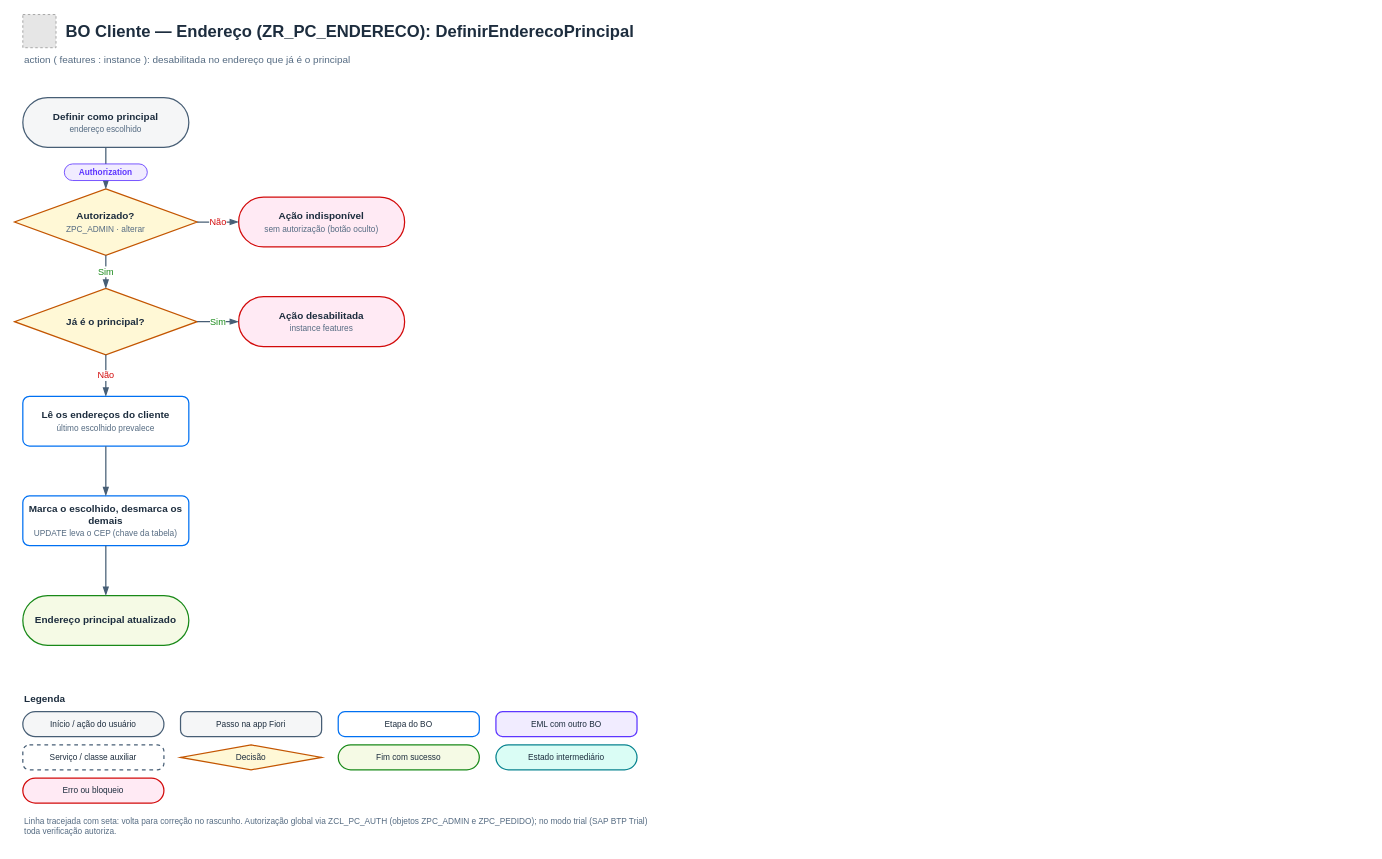
Above: page "5 · Endereço principal" (5 of 6) of docs/fluxos-bo-cliente.drawio in AdrianoBispo/sap-abap-rap-pedidos-de-compras-app (draw.io), before the change. Source tidied: cells renumbered, new cells numbered last; positions are measured from the earlier drawing's top-left corner, leaving out a move shared by most shapes. Both pictures are drawn from the tidied source at 83%, with x=0, y=0 at pixel (14, 14). Pictures stored in the file or linked from it are replaced by grey dashed boxes.
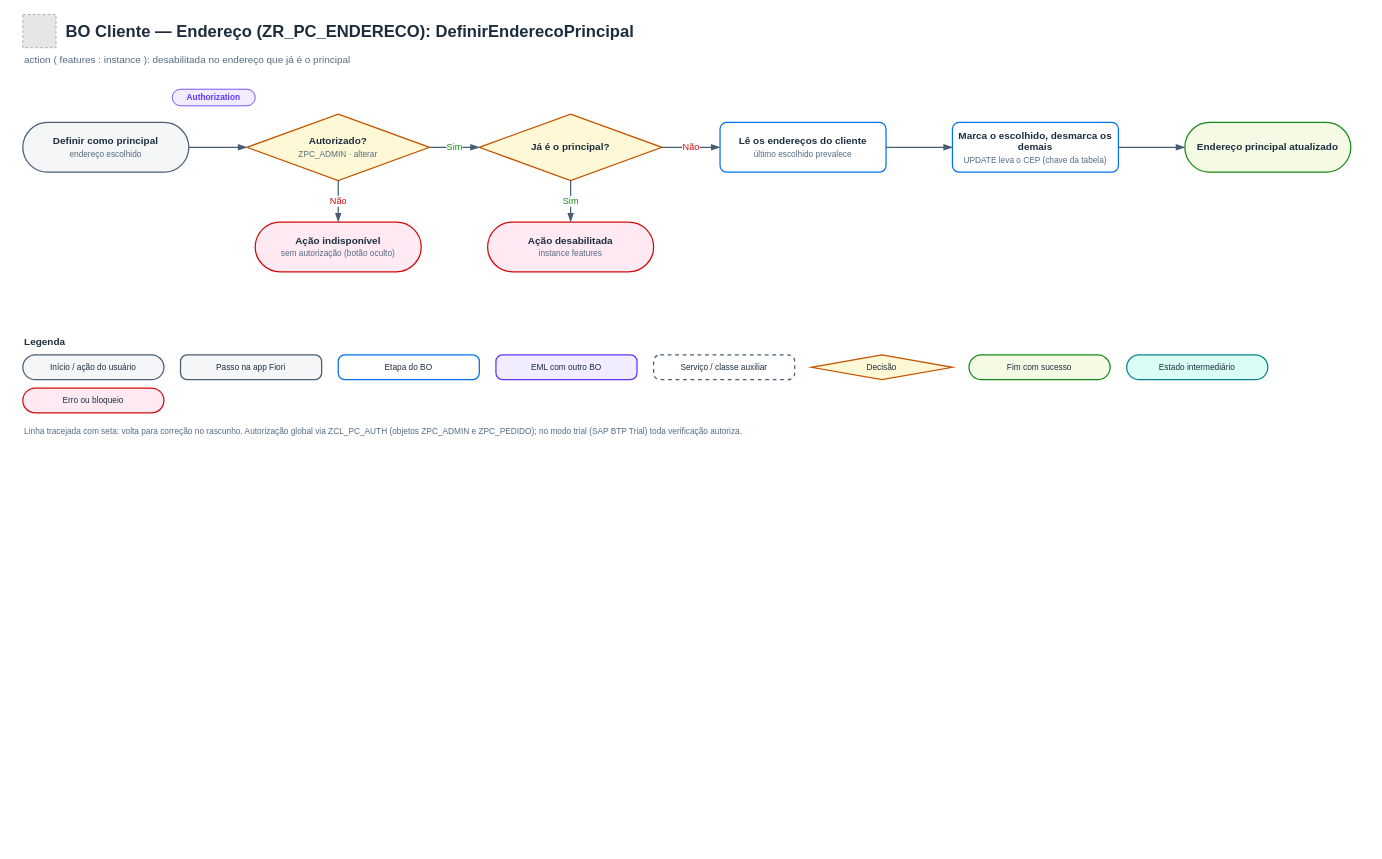
The same page after the edit.

What changed in the source:
```diff
@@
     <mxCell id="3" value="BO Cliente — Endereço (ZR_PC_ENDERECO): DefinirEnderecoPrincipal" style="text;html=1;whiteSpace=wrap;align=left;verticalAlign=middle;fontFamily=Helvetica;fontSize=20;fontStyle=1;fontColor=#1D2D3E;" parent="1" vertex="1">
-      <mxGeometry x="60" width="710" height="40" as="geometry" />
+      <mxGeometry x="60" width="1570" height="40" as="geometry" />
     </mxCell>
     <mxCell id="4" value="action ( features : instance ): desabilitada no endereço que já é o principal" style="text;html=1;whiteSpace=wrap;align=left;verticalAlign=middle;fontFamily=Helvetica;fontSize=12;fontColor=#556B82;" parent="1" vertex="1">
-      <mxGeometry x="10" y="40" width="760" height="30" as="geometry" />
+      <mxGeometry x="10" y="40" width="1620" height="30" as="geometry" />
     </mxCell>
     <mxCell id="5" value="&lt;b&gt;Definir como principal&lt;/b&gt;&lt;br&gt;&lt;font style=&quot;font-size:10px&quot; color=&quot;#556B82&quot;&gt;endereço escolhido&lt;/font&gt;" style="rounded=1;arcSize=60;absoluteArcSize=1;strokeColor=#475E75;fillColor=#F5F6F7;whiteSpace=wrap;html=1;fontFamily=Helvetica;fontSize=12;fontColor=#1D2D3E;strokeWidth=1.5;" parent="1" vertex="1">
-      <mxGeometry x="10" y="100" width="200" height="60" as="geometry" />
+      <mxGeometry x="10" y="130" width="200" height="60" as="geometry" />
     </mxCell>
     <mxCell id="6" value="&lt;b&gt;Autorizado?&lt;/b&gt;&lt;br&gt;&lt;font style=&quot;font-size:10px&quot; color=&quot;#556B82&quot;&gt;ZPC_ADMIN · alterar&lt;/font&gt;" style="rhombus;strokeColor=#C35500;fillColor=#FFF8D6;whiteSpace=wrap;html=1;fontFamily=Helvetica;fontSize=12;fontColor=#1D2D3E;strokeWidth=1.5;" parent="1" vertex="1">
-      <mxGeometry y="210" width="220" height="80" as="geometry" />
+      <mxGeometry x="280" y="120" width="220" height="80" as="geometry" />
     </mxCell>
     <mxCell id="7" value="&lt;b&gt;Ação indisponível&lt;/b&gt;&lt;br&gt;&lt;font style=&quot;font-size:10px&quot; color=&quot;#556B82&quot;&gt;sem autorização (botão oculto)&lt;/font&gt;" style="rounded=1;arcSize=60;absoluteArcSize=1;strokeColor=#D20A0A;fillColor=#FFEAF4;whiteSpace=wrap;html=1;fontFamily=Helvetica;fontSize=12;fontColor=#1D2D3E;strokeWidth=1.5;" parent="1" vertex="1">
-      <mxGeometry x="270" y="220" width="200" height="60" as="geometry" />
+      <mxGeometry x="290" y="250" width="200" height="60" as="geometry" />
     </mxCell>
     <mxCell id="8" value="&lt;b&gt;Já é o principal?&lt;/b&gt;" style="rhombus;strokeColor=#C35500;fillColor=#FFF8D6;whiteSpace=wrap;html=1;fontFamily=Helvetica;fontSize=12;fontColor=#1D2D3E;strokeWidth=1.5;" parent="1" vertex="1">
-      <mxGeometry y="330" width="220" height="80" as="geometry" />
+      <mxGeometry x="560" y="120" width="220" height="80" as="geometry" />
     </mxCell>
     <mxCell id="9" value="&lt;b&gt;Ação desabilitada&lt;/b&gt;&lt;br&gt;&lt;font style=&quot;font-size:10px&quot; color=&quot;#556B82&quot;&gt;instance features&lt;/font&gt;" style="rounded=1;arcSize=60;absoluteArcSize=1;strokeColor=#D20A0A;fillColor=#FFEAF4;whiteSpace=wrap;html=1;fontFamily=Helvetica;fontSize=12;fontColor=#1D2D3E;strokeWidth=1.5;" parent="1" vertex="1">
-      <mxGeometry x="270" y="340" width="200" height="60" as="geometry" />
+      <mxGeometry x="570" y="250" width="200" height="60" as="geometry" />
     </mxCell>
     <mxCell id="10" value="&lt;b&gt;Lê os endereços do cliente&lt;/b&gt;&lt;br&gt;&lt;font style=&quot;font-size:10px&quot; color=&quot;#556B82&quot;&gt;último escolhido prevalece&lt;/font&gt;" style="rounded=1;arcSize=16;absoluteArcSize=1;strokeColor=#0070F2;fillColor=#FFFFFF;whiteSpace=wrap;html=1;fontFamily=Helvetica;fontSize=12;fontColor=#1D2D3E;strokeWidth=1.5;" parent="1" vertex="1">
-      <mxGeometry x="10" y="460" width="200" height="60" as="geometry" />
+      <mxGeometry x="850" y="130" width="200" height="60" as="geometry" />
     </mxCell>
     <mxCell id="11" value="&lt;b&gt;Marca o escolhido, desmarca os demais&lt;/b&gt;&lt;br&gt;&lt;font style=&quot;font-size:10px&quot; color=&quot;#556B82&quot;&gt;UPDATE leva o CEP (chave da tabela)&lt;/font&gt;" style="rounded=1;arcSize=16;absoluteArcSize=1;strokeColor=#0070F2;fillColor=#FFFFFF;whiteSpace=wrap;html=1;fontFamily=Helvetica;fontSize=12;fontColor=#1D2D3E;strokeWidth=1.5;" parent="1" vertex="1">
-      <mxGeometry x="10" y="580" width="200" height="60" as="geometry" />
+      <mxGeometry x="1130" y="130" width="200" height="60" as="geometry" />
     </mxCell>
     <mxCell id="12" value="&lt;b&gt;Endereço principal atualizado&lt;/b&gt;" style="rounded=1;arcSize=60;absoluteArcSize=1;strokeColor=#188918;fillColor=#F5FAE5;whiteSpace=wrap;html=1;fontFamily=Helvetica;fontSize=12;fontColor=#1D2D3E;strokeWidth=1.5;" parent="1" vertex="1">
-      <mxGeometry x="10" y="700" width="200" height="60" as="geometry" />
+      <mxGeometry x="1410" y="130" width="200" height="60" as="geometry" />
     </mxCell>
-    <mxCell id="13" style="edgeStyle=orthogonalEdgeStyle;rounded=1;html=1;strokeColor=#475E75;strokeWidth=1.5;endArrow=blockThin;endFill=1;endSize=7;fontFamily=Helvetica;fontSize=11;fontColor=#1D2D3E;labelBackgroundColor=default;exitX=0.5;exitY=1;exitDx=0;exitDy=0;entryX=0.5;entryY=0;entryDx=0;entryDy=0;" parent="1" edge="1" source="5" target="6">
+    <mxCell id="13" style="edgeStyle=orthogonalEdgeStyle;rounded=1;html=1;strokeColor=#475E75;strokeWidth=1.5;endArrow=blockThin;endFill=1;endSize=7;fontFamily=Helvetica;fontSize=11;fontColor=#1D2D3E;labelBackgroundColor=default;exitX=1;exitY=0.5;exitDx=0;exitDy=0;entryX=0;entryY=0.5;entryDx=0;entryDy=0;" parent="1" edge="1" source="5" target="6">
       <mxGeometry relative="1" as="geometry" />
     </mxCell>
-    <mxCell id="14" value="Não" style="edgeStyle=orthogonalEdgeStyle;rounded=1;html=1;strokeColor=#475E75;strokeWidth=1.5;endArrow=blockThin;endFill=1;endSize=7;fontFamily=Helvetica;fontSize=11;fontColor=#D20A0A;labelBackgroundColor=default;exitX=1;exitY=0.5;exitDx=0;exitDy=0;entryX=0;entryY=0.5;entryDx=0;entryDy=0;" parent="1" edge="1" source="6" target="7">
+    <mxCell id="14" value="Não" style="edgeStyle=orthogonalEdgeStyle;rounded=1;html=1;strokeColor=#475E75;strokeWidth=1.5;endArrow=blockThin;endFill=1;endSize=7;fontFamily=Helvetica;fontSize=11;fontColor=#D20A0A;labelBackgroundColor=default;exitX=0.5;exitY=1;exitDx=0;exitDy=0;entryX=0.5;entryY=0;entryDx=0;entryDy=0;" parent="1" edge="1" source="6" target="7">
       <mxGeometry relative="1" as="geometry" />
     </mxCell>
-    <mxCell id="15" value="Sim" style="edgeStyle=orthogonalEdgeStyle;rounded=1;html=1;strokeColor=#475E75;strokeWidth=1.5;endArrow=blockThin;endFill=1;endSize=7;fontFamily=Helvetica;fontSize=11;fontColor=#188918;labelBackgroundColor=default;exitX=0.5;exitY=1;exitDx=0;exitDy=0;entryX=0.5;entryY=0;entryDx=0;entryDy=0;" parent="1" edge="1" source="6" target="8">
+    <mxCell id="15" value="Sim" style="edgeStyle=orthogonalEdgeStyle;rounded=1;html=1;strokeColor=#475E75;strokeWidth=1.5;endArrow=blockThin;endFill=1;endSize=7;fontFamily=Helvetica;fontSize=11;fontColor=#188918;labelBackgroundColor=default;exitX=1;exitY=0.5;exitDx=0;exitDy=0;entryX=0;entryY=0.5;entryDx=0;entryDy=0;" parent="1" edge="1" source="6" target="8">
       <mxGeometry relative="1" as="geometry" />
     </mxCell>
-    <mxCell id="16" value="Sim" style="edgeStyle=orthogonalEdgeStyle;rounded=1;html=1;strokeColor=#475E75;strokeWidth=1.5;endArrow=blockThin;endFill=1;endSize=7;fontFamily=Helvetica;fontSize=11;fontColor=#188918;labelBackgroundColor=default;exitX=1;exitY=0.5;exitDx=0;exitDy=0;entryX=0;entryY=0.5;entryDx=0;entryDy=0;" parent="1" edge="1" source="8" target="9">
+    <mxCell id="16" value="Sim" style="edgeStyle=orthogonalEdgeStyle;rounded=1;html=1;strokeColor=#475E75;strokeWidth=1.5;endArrow=blockThin;endFill=1;endSize=7;fontFamily=Helvetica;fontSize=11;fontColor=#188918;labelBackgroundColor=default;exitX=0.5;exitY=1;exitDx=0;exitDy=0;entryX=0.5;entryY=0;entryDx=0;entryDy=0;" parent="1" edge="1" source="8" target="9">
       <mxGeometry relative="1" as="geometry" />
     </mxCell>
-    <mxCell id="17" value="Não" style="edgeStyle=orthogonalEdgeStyle;rounded=1;html=1;strokeColor=#475E75;strokeWidth=1.5;endArrow=blockThin;endFill=1;endSize=7;fontFamily=Helvetica;fontSize=11;fontColor=#D20A0A;labelBackgroundColor=default;exitX=0.5;exitY=1;exitDx=0;exitDy=0;entryX=0.5;entryY=0;entryDx=0;entryDy=0;" parent="1" edge="1" source="8" target="10">
+    <mxCell id="17" value="Não" style="edgeStyle=orthogonalEdgeStyle;rounded=1;html=1;strokeColor=#475E75;strokeWidth=1.5;endArrow=blockThin;endFill=1;endSize=7;fontFamily=Helvetica;fontSize=11;fontColor=#D20A0A;labelBackgroundColor=default;exitX=1;exitY=0.5;exitDx=0;exitDy=0;entryX=0;entryY=0.5;entryDx=0;entryDy=0;" parent="1" edge="1" source="8" target="10">
       <mxGeometry relative="1" as="geometry" />
     </mxCell>
-    <mxCell id="18" style="edgeStyle=orthogonalEdgeStyle;rounded=1;html=1;strokeColor=#475E75;strokeWidth=1.5;endArrow=blockThin;endFill=1;endSize=7;fontFamily=Helvetica;fontSize=11;fontColor=#1D2D3E;labelBackgroundColor=default;exitX=0.5;exitY=1;exitDx=0;exitDy=0;entryX=0.5;entryY=0;entryDx=0;entryDy=0;" parent="1" edge="1" source="10" target="11">
+    <mxCell id="18" style="edgeStyle=orthogonalEdgeStyle;rounded=1;html=1;strokeColor=#475E75;strokeWidth=1.5;endArrow=blockThin;endFill=1;endSize=7;fontFamily=Helvetica;fontSize=11;fontColor=#1D2D3E;labelBackgroundColor=default;exitX=1;exitY=0.5;exitDx=0;exitDy=0;entryX=0;entryY=0.5;entryDx=0;entryDy=0;" parent="1" edge="1" source="10" target="11">
       <mxGeometry relative="1" as="geometry" />
     </mxCell>
-    <mxCell id="19" style="edgeStyle=orthogonalEdgeStyle;rounded=1;html=1;strokeColor=#475E75;strokeWidth=1.5;endArrow=blockThin;endFill=1;endSize=7;fontFamily=Helvetica;fontSize=11;fontColor=#1D2D3E;labelBackgroundColor=default;exitX=0.5;exitY=1;exitDx=0;exitDy=0;entryX=0.5;entryY=0;entryDx=0;entryDy=0;" parent="1" edge="1" source="11" target="12">
+    <mxCell id="19" style="edgeStyle=orthogonalEdgeStyle;rounded=1;html=1;strokeColor=#475E75;strokeWidth=1.5;endArrow=blockThin;endFill=1;endSize=7;fontFamily=Helvetica;fontSize=11;fontColor=#1D2D3E;labelBackgroundColor=default;exitX=1;exitY=0.5;exitDx=0;exitDy=0;entryX=0;entryY=0.5;entryDx=0;entryDy=0;" parent="1" edge="1" source="11" target="12">
       <mxGeometry relative="1" as="geometry" />
     </mxCell>
     <mxCell id="20" value="&lt;b&gt;Authorization&lt;/b&gt;" style="rounded=1;whiteSpace=wrap;html=1;arcSize=50;absoluteArcSize=1;strokeWidth=1;strokeColor=#5D36FF;fillColor=#F1ECFF;fontColor=#5D36FF;fontFamily=Helvetica;fontSize=10;align=center;verticalAlign=middle;" parent="1" vertex="1">
-      <mxGeometry x="60" y="180" width="100" height="20" as="geometry" />
+      <mxGeometry x="190" y="90" width="100" height="20" as="geometry" />
     </mxCell>
     <mxCell id="21" value="&lt;b&gt;Legenda&lt;/b&gt;" style="text;html=1;align=left;verticalAlign=middle;fontFamily=Helvetica;fontSize=12;fontColor=#1D2D3E;" parent="1" vertex="1">
-      <mxGeometry x="10" y="810" width="200" height="30" as="geometry" />
+      <mxGeometry x="10" y="380" width="200" height="30" as="geometry" />
     </mxCell>
     <mxCell id="22" value="Início / ação do usuário" style="rounded=1;arcSize=60;absoluteArcSize=1;strokeColor=#475E75;fillColor=#F5F6F7;whiteSpace=wrap;html=1;fontFamily=Helvetica;fontSize=10;fontColor=#1D2D3E;strokeWidth=1.5;" parent="1" vertex="1">
-      <mxGeometry x="10" y="840" width="170" height="30" as="geometry" />
+      <mxGeometry x="10" y="410" width="170" height="30" as="geometry" />
     </mxCell>
     <mxCell id="23" value="Passo na app Fiori" style="rounded=1;arcSize=16;absoluteArcSize=1;strokeColor=#475E75;fillColor=#F5F6F7;whiteSpace=wrap;html=1;fontFamily=Helvetica;fontSize=10;fontColor=#1D2D3E;strokeWidth=1.5;" parent="1" vertex="1">
-      <mxGeometry x="200" y="840" width="170" height="30" as="geometry" />
+      <mxGeometry x="200" y="410" width="170" height="30" as="geometry" />
     </mxCell>
     <mxCell id="24" value="Etapa do BO" style="rounded=1;arcSize=16;absoluteArcSize=1;strokeColor=#0070F2;fillColor=#FFFFFF;whiteSpace=wrap;html=1;fontFamily=Helvetica;fontSize=10;fontColor=#1D2D3E;strokeWidth=1.5;" parent="1" vertex="1">
-      <mxGeometry x="390" y="840" width="170" height="30" as="geometry" />
+      <mxGeometry x="390" y="410" width="170" height="30" as="geometry" />
     </mxCell>
     <mxCell id="25" value="EML com outro BO" style="rounded=1;arcSize=16;absoluteArcSize=1;strokeColor=#5D36FF;fillColor=#F1ECFF;whiteSpace=wrap;html=1;fontFamily=Helvetica;fontSize=10;fontColor=#1D2D3E;strokeWidth=1.5;" parent="1" vertex="1">
-      <mxGeometry x="580" y="840" width="170" height="30" as="geometry" />
+      <mxGeometry x="580" y="410" width="170" height="30" as="geometry" />
     </mxCell>
     <mxCell id="26" value="Serviço / classe auxiliar" style="rounded=1;arcSize=16;absoluteArcSize=1;strokeColor=#475E75;fillColor=#FFFFFF;dashed=1;whiteSpace=wrap;html=1;fontFamily=Helvetica;fontSize=10;fontColor=#1D2D3E;strokeWidth=1.5;" parent="1" vertex="1">
-      <mxGeometry x="10" y="880" width="170" height="30" as="geometry" />
+      <mxGeometry x="770" y="410" width="170" height="30" as="geometry" />
     </mxCell>
     <mxCell id="27" value="Decisão" style="rhombus;strokeColor=#C35500;fillColor=#FFF8D6;whiteSpace=wrap;html=1;fontFamily=Helvetica;fontSize=10;fontColor=#1D2D3E;strokeWidth=1.5;" parent="1" vertex="1">
-      <mxGeometry x="200" y="880" width="170" height="30" as="geometry" />
+      <mxGeometry x="960" y="410" width="170" height="30" as="geometry" />
     </mxCell>
     <mxCell id="28" value="Fim com sucesso" style="rounded=1;arcSize=60;absoluteArcSize=1;strokeColor=#188918;fillColor=#F5FAE5;whiteSpace=wrap;html=1;fontFamily=Helvetica;fontSize=10;fontColor=#1D2D3E;strokeWidth=1.5;" parent="1" vertex="1">
-      <mxGeometry x="390" y="880" width="170" height="30" as="geometry" />
+      <mxGeometry x="1150" y="410" width="170" height="30" as="geometry" />
     </mxCell>
     <mxCell id="29" value="Estado intermediário" style="rounded=1;arcSize=60;absoluteArcSize=1;strokeColor=#07838F;fillColor=#DAFDF5;whiteSpace=wrap;html=1;fontFamily=Helvetica;fontSize=10;fontColor=#1D2D3E;strokeWidth=1.5;" parent="1" vertex="1">
-      <mxGeometry x="580" y="880" width="170" height="30" as="geometry" />
+      <mxGeometry x="1340" y="410" width="170" height="30" as="geometry" />
     </mxCell>
     <mxCell id="30" value="Erro ou bloqueio" style="rounded=1;arcSize=60;absoluteArcSize=1;strokeColor=#D20A0A;fillColor=#FFEAF4;whiteSpace=wrap;html=1;fontFamily=Helvetica;fontSize=10;fontColor=#1D2D3E;strokeWidth=1.5;" parent="1" vertex="1">
-      <mxGeometry x="10" y="920" width="170" height="30" as="geometry" />
+      <mxGeometry x="10" y="450" width="170" height="30" as="geometry" />
     </mxCell>
     <mxCell id="31" value="Linha tracejada com seta: volta para correção no rascunho. Autorização global via ZCL_PC_AUTH (objetos ZPC_ADMIN e ZPC_PEDIDO); no modo trial (SAP BTP Trial) toda verificação autoriza." style="text;html=1;whiteSpace=wrap;align=left;verticalAlign=top;fontFamily=Helvetica;fontSize=10;fontColor=#556B82;" parent="1" vertex="1">
-      <mxGeometry x="10" y="960" width="760" height="40" as="geometry" />
+      <mxGeometry x="10" y="490" width="1620" height="40" as="geometry" />
     </mxCell>
```
